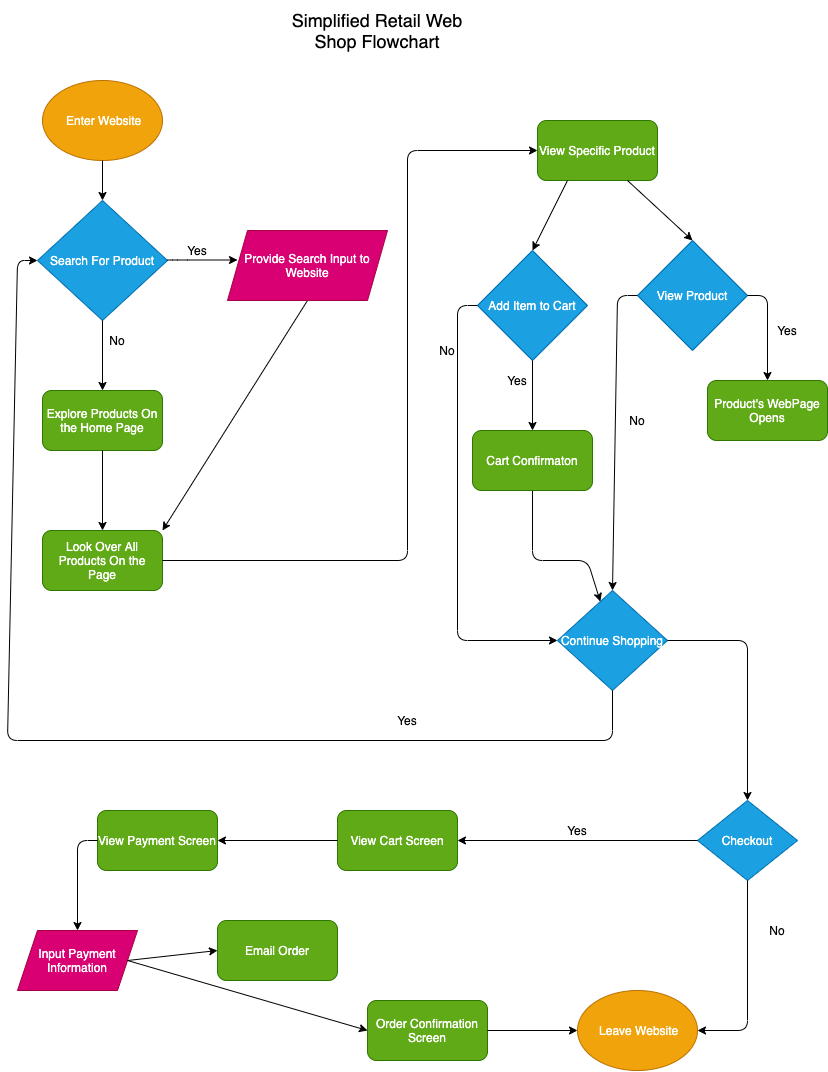
This is part2/part2.drawio.png from aksharans/sp21-cse110-lab4, a draw.io export, as it was before one commit. Source tidied: cells renumbered, new cells last; positions are measured from the earlier drawing's top-left corner, leaving out a move shared by most shapes.
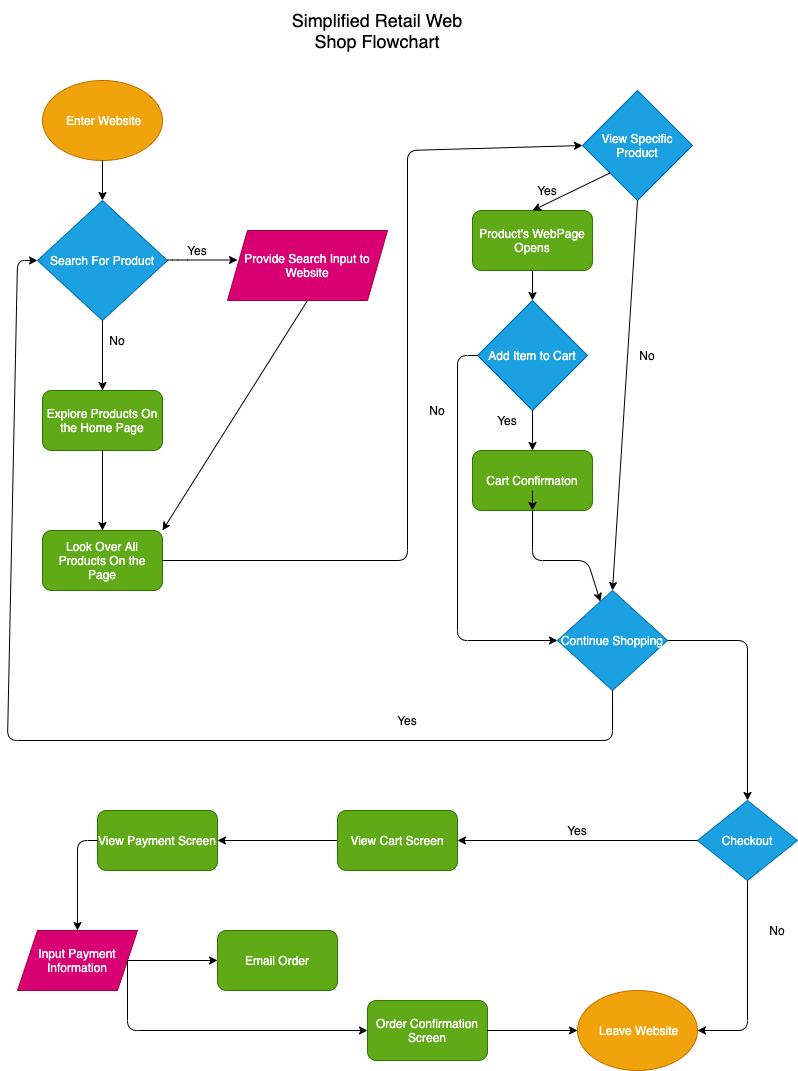
After the commit.

Diff of the diagram source:
```diff
@@ -47,7 +47,7 @@
     <mxCell id="14" style="endArrow=classic;html=1;exitX=0.5;exitY=1;exitDx=0;exitDy=0;entryX=0.5;entryY=0;entryDx=0;entryDy=0;strokeColor=#000000;" parent="1" edge="1" source="12" target="11">
       <mxGeometry relative="1" as="geometry" />
     </mxCell>
-    <mxCell id="15" style="endArrow=classic;html=1;exitX=1;exitY=0.5;exitDx=0;exitDy=0;entryX=0;entryY=0.5;entryDx=0;entryDy=0;strokeColor=#000000;" parent="1" edge="1" source="11" target="16">
+    <mxCell id="15" style="endArrow=classic;html=1;exitX=1;exitY=0.5;exitDx=0;exitDy=0;entryX=0;entryY=0.5;entryDx=0;entryDy=0;strokeColor=#000000;" parent="1" edge="1" source="11" target="18">
       <mxGeometry relative="1" as="geometry">
         <Array as="points">
           <mxPoint x="400" y="560" />
@@ -55,59 +55,34 @@
         </Array>
       </mxGeometry>
     </mxCell>
-    <mxCell id="16" value="View Specific Product" style="rounded=1;whiteSpace=wrap;html=1;fillColor=#60a917;strokeColor=#2D7600;fontColor=#ffffff;" parent="1" vertex="1">
-      <mxGeometry x="530" y="120" width="120" height="60" as="geometry" />
-    </mxCell>
     <mxCell id="17" value="Add Item to Cart" style="rhombus;whiteSpace=wrap;html=1;fillColor=#1ba1e2;strokeColor=#006EAF;fontColor=#ffffff;" parent="1" vertex="1">
-      <mxGeometry x="470" y="250" width="110" height="110" as="geometry" />
+      <mxGeometry x="470" y="300" width="110" height="110" as="geometry" />
     </mxCell>
-    <mxCell id="18" value="View Product" style="rhombus;whiteSpace=wrap;html=1;fillColor=#1ba1e2;strokeColor=#006EAF;fontColor=#ffffff;" parent="1" vertex="1">
-      <mxGeometry x="630" y="240" width="110" height="110" as="geometry" />
+    <mxCell id="18" value="View Specific Product" style="rhombus;whiteSpace=wrap;html=1;fillColor=#1ba1e2;strokeColor=#006EAF;fontColor=#ffffff;" parent="1" vertex="1">
+      <mxGeometry x="575" y="90" width="110" height="110" as="geometry" />
     </mxCell>
-    <mxCell id="19" style="endArrow=classic;html=1;exitX=0.25;exitY=1;exitDx=0;exitDy=0;entryX=0.5;entryY=0;entryDx=0;entryDy=0;strokeColor=#000000;" parent="1" edge="1" source="16" target="17">
-      <mxGeometry relative="1" as="geometry" />
-    </mxCell>
-    <mxCell id="20" style="endArrow=classic;html=1;entryX=0.5;entryY=0;entryDx=0;entryDy=0;exitX=0.75;exitY=1;exitDx=0;exitDy=0;strokeColor=#000000;" parent="1" edge="1" source="16" target="18">
-      <mxGeometry relative="1" as="geometry" />
-    </mxCell>
-    <mxCell id="21" style="endArrow=classic;html=1;exitX=0.5;exitY=1;exitDx=0;exitDy=0;strokeColor=#000000;" parent="1" edge="1" source="17">
-      <mxGeometry relative="1" as="geometry">
-        <mxPoint x="525" y="430" as="targetPoint" />
-      </mxGeometry>
+    <mxCell id="21" style="endArrow=classic;html=1;exitX=0.5;exitY=1;exitDx=0;exitDy=0;strokeColor=#000000;entryX=0.5;entryY=0;entryDx=0;entryDy=0;" parent="1" edge="1" source="17" target="44">
+      <mxGeometry relative="1" as="geometry" />
     </mxCell>
     <mxCell id="22" value="&lt;font color=&quot;#000000&quot;&gt;No&lt;/font&gt;" style="text;html=1;strokeColor=none;fillColor=none;align=center;verticalAlign=middle;whiteSpace=wrap;rounded=0;" parent="1" vertex="1">
-      <mxGeometry x="420" y="340" width="40" height="20" as="geometry" />
+      <mxGeometry x="410" y="400" width="40" height="20" as="geometry" />
     </mxCell>
     <mxCell id="23" value="&lt;font color=&quot;#000000&quot;&gt;Yes&lt;/font&gt;" style="text;html=1;strokeColor=none;fillColor=none;align=center;verticalAlign=middle;whiteSpace=wrap;rounded=0;" parent="1" vertex="1">
-      <mxGeometry x="490" y="370" width="40" height="20" as="geometry" />
+      <mxGeometry x="480" y="410" width="40" height="20" as="geometry" />
     </mxCell>
     <mxCell id="24" value="Product's WebPage Opens" style="rounded=1;whiteSpace=wrap;html=1;fillColor=#60a917;strokeColor=#2D7600;fontColor=#ffffff;" parent="1" vertex="1">
-      <mxGeometry x="700" y="380" width="120" height="60" as="geometry" />
+      <mxGeometry x="465" y="210" width="120" height="60" as="geometry" />
     </mxCell>
-    <mxCell id="25" style="endArrow=classic;html=1;exitX=1;exitY=0.5;exitDx=0;exitDy=0;entryX=0.5;entryY=0;entryDx=0;entryDy=0;strokeColor=#000000;" parent="1" edge="1" source="18" target="24">
-      <mxGeometry relative="1" as="geometry">
-        <Array as="points">
-          <mxPoint x="760" y="295" />
-        </Array>
-      </mxGeometry>
-    </mxCell>
     <mxCell id="26" value="&lt;font color=&quot;#000000&quot;&gt;Yes&lt;/font&gt;" style="text;html=1;strokeColor=none;fillColor=none;align=center;verticalAlign=middle;whiteSpace=wrap;rounded=0;" parent="1" vertex="1">
-      <mxGeometry x="760" y="320" width="40" height="20" as="geometry" />
+      <mxGeometry x="520" y="180" width="40" height="20" as="geometry" />
     </mxCell>
     <mxCell id="27" value="&lt;font color=&quot;#000000&quot;&gt;No&lt;/font&gt;" style="text;html=1;strokeColor=none;fillColor=none;align=center;verticalAlign=middle;whiteSpace=wrap;rounded=0;" parent="1" vertex="1">
-      <mxGeometry x="610" y="410" width="40" height="20" as="geometry" />
+      <mxGeometry x="620" y="345" width="40" height="20" as="geometry" />
     </mxCell>
-    <mxCell id="28" style="endArrow=classic;html=1;exitX=0;exitY=0.5;exitDx=0;exitDy=0;strokeColor=#000000;entryX=0.5;entryY=0;entryDx=0;entryDy=0;" parent="1" edge="1" source="18" target="31">
-      <mxGeometry relative="1" as="geometry">
-        <Array as="points">
-          <mxPoint x="610" y="295" />
-        </Array>
-      </mxGeometry>
-    </mxCell>
-    <mxCell id="29" style="endArrow=classic;html=1;exitX=0;exitY=0.5;exitDx=0;exitDy=0;strokeColor=#000000;entryX=0;entryY=0.5;entryDx=0;entryDy=0;" parent="1" edge="1" source="17" target="31">
+    <mxCell id="29" style="endArrow=classic;html=1;strokeColor=#000000;entryX=0;entryY=0.5;entryDx=0;entryDy=0;exitX=0;exitY=0.5;exitDx=0;exitDy=0;" parent="1" edge="1" source="17" target="31">
       <mxGeometry relative="1" as="geometry">
         <Array as="points">
-          <mxPoint x="450" y="305" />
+          <mxPoint x="450" y="355" />
           <mxPoint x="450" y="640" />
         </Array>
       </mxGeometry>
@@ -176,7 +151,7 @@
       <mxGeometry x="10" y="930" width="120" height="60" as="geometry" />
     </mxCell>
     <mxCell id="44" value="Cart Confirmaton" style="rounded=1;whiteSpace=wrap;html=1;fillColor=#60a917;strokeColor=#2D7600;fontColor=#ffffff;" parent="1" vertex="1">
-      <mxGeometry x="465" y="430" width="120" height="60" as="geometry" />
+      <mxGeometry x="465" y="450" width="120" height="60" as="geometry" />
     </mxCell>
     <mxCell id="45" style="endArrow=classic;html=1;exitX=0.5;exitY=1;exitDx=0;exitDy=0;strokeColor=#000000;" parent="1" edge="1" target="44">
       <mxGeometry relative="1" as="geometry">
@@ -194,7 +169,7 @@
       <mxGeometry x="360" y="1000" width="120" height="60" as="geometry" />
     </mxCell>
     <mxCell id="48" value="Email Order" style="rounded=1;whiteSpace=wrap;html=1;fillColor=#60a917;strokeColor=#2D7600;fontColor=#ffffff;" parent="1" vertex="1">
-      <mxGeometry x="210" y="920" width="120" height="60" as="geometry" />
+      <mxGeometry x="210" y="930" width="120" height="60" as="geometry" />
     </mxCell>
     <mxCell id="49" style="endArrow=classic;html=1;strokeColor=#000000;exitX=1;exitY=0.5;exitDx=0;exitDy=0;entryX=0;entryY=0.5;entryDx=0;entryDy=0;" parent="1" edge="1" source="43" target="48">
       <mxGeometry relative="1" as="geometry" />
@@ -202,6 +177,9 @@
     <mxCell id="50" style="endArrow=classic;html=1;strokeColor=#000000;entryX=0;entryY=0.5;entryDx=0;entryDy=0;" parent="1" edge="1" target="47">
       <mxGeometry relative="1" as="geometry">
         <mxPoint x="120" y="960" as="sourcePoint" />
+        <Array as="points">
+          <mxPoint x="120" y="1030" />
+        </Array>
       </mxGeometry>
     </mxCell>
     <mxCell id="51" style="endArrow=classic;html=1;strokeColor=#000000;exitX=1;exitY=0.5;exitDx=0;exitDy=0;entryX=0;entryY=0.5;entryDx=0;entryDy=0;" parent="1" edge="1" source="47" target="36">
@@ -210,5 +188,14 @@
     <mxCell id="52" value="&lt;font color=&quot;#000000&quot;&gt;No&lt;/font&gt;" style="text;html=1;strokeColor=none;fillColor=none;align=center;verticalAlign=middle;whiteSpace=wrap;rounded=0;" parent="1" vertex="1">
       <mxGeometry x="750" y="920" width="40" height="20" as="geometry" />
     </mxCell>
+    <mxCell id="53" style="endArrow=classic;html=1;strokeColor=#000000;exitX=0.5;exitY=1;exitDx=0;exitDy=0;entryX=0.5;entryY=0;entryDx=0;entryDy=0;" parent="1" edge="1" source="24" target="17">
+      <mxGeometry relative="1" as="geometry" />
+    </mxCell>
+    <mxCell id="25" style="endArrow=classic;html=1;strokeColor=#000000;exitX=0;exitY=1;exitDx=0;exitDy=0;entryX=0.5;entryY=0;entryDx=0;entryDy=0;" parent="1" edge="1" source="18" target="24">
+      <mxGeometry relative="1" as="geometry" />
+    </mxCell>
+    <mxCell id="28" style="endArrow=classic;html=1;strokeColor=#000000;exitX=0.5;exitY=1;exitDx=0;exitDy=0;entryX=0.5;entryY=0;entryDx=0;entryDy=0;" parent="1" edge="1" source="18" target="31">
+      <mxGeometry relative="1" as="geometry" />
+    </mxCell>
   </root>
 </mxGraphModel>
```
